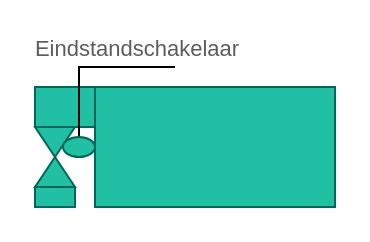
Yamairo/Mechatronica-2024 keeps this draw.io diagram as Project AGV/Faalmechanisme Bovenkant.drawio. Above is the earlier version. Source tidied: cells renumbered, new cells numbered last; positions are measured from the earlier drawing's top-left corner, leaving out a move shared by most shapes. Both pictures are drawn from the tidied source at 200%, with x=0, y=0 at pixel (34, 66).
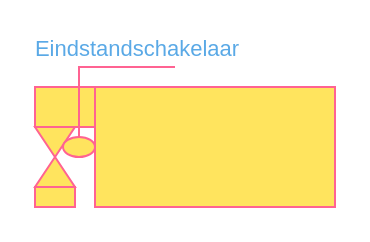
Above is the later version.

What changed in the source:
```diff
@@
 <mxGraphModel>
   <root>
     <mxCell id="0" />
     <mxCell id="1" parent="0" />
-    <mxCell id="2" style="rounded=0;whiteSpace=wrap;html=1;labelBackgroundColor=none;fillColor=#21C0A5;strokeColor=#006658;fontColor=#5C5C5C;" parent="1" vertex="1">
+    <mxCell id="2" style="rounded=0;whiteSpace=wrap;html=1;labelBackgroundColor=none;fillColor=#FFE45E;strokeColor=#FF6392;fontColor=#5AA9E6;" parent="1" vertex="1">
       <mxGeometry x="30" y="10" width="120" height="60" as="geometry" />
     </mxCell>
-    <mxCell id="3" style="rounded=0;whiteSpace=wrap;html=1;strokeColor=#006658;fontColor=#5C5C5C;fillColor=#21C0A5;" parent="1" vertex="1">
+    <mxCell id="3" style="rounded=0;whiteSpace=wrap;html=1;strokeColor=#FF6392;fontColor=#5AA9E6;fillColor=#FFE45E;labelBackgroundColor=none;" parent="1" vertex="1">
       <mxGeometry y="10" width="30" height="20" as="geometry" />
     </mxCell>
-    <mxCell id="4" style="shape=collate;whiteSpace=wrap;html=1;strokeColor=#006658;fontColor=#5C5C5C;fillColor=#21C0A5;" parent="1" vertex="1">
+    <mxCell id="4" style="shape=collate;whiteSpace=wrap;html=1;strokeColor=#FF6392;fontColor=#5AA9E6;fillColor=#FFE45E;labelBackgroundColor=none;" parent="1" vertex="1">
       <mxGeometry y="30" width="20" height="30" as="geometry" />
     </mxCell>
-    <mxCell id="5" style="verticalLabelPosition=bottom;verticalAlign=top;html=1;shape=mxgraph.basic.rect;fillColor2=none;strokeWidth=1;size=5;indent=5;strokeColor=#006658;fontColor=#5C5C5C;fillColor=#21C0A5;" parent="1" vertex="1">
+    <mxCell id="5" style="verticalLabelPosition=bottom;verticalAlign=top;html=1;shape=mxgraph.basic.rect;fillColor2=none;strokeWidth=1;size=5;indent=5;strokeColor=#FF6392;fontColor=#5AA9E6;fillColor=#FFE45E;labelBackgroundColor=none;" parent="1" vertex="1">
       <mxGeometry y="60" width="20" height="10" as="geometry" />
     </mxCell>
-    <mxCell id="6" style="edgeStyle=orthogonalEdgeStyle;rounded=0;jettySize=auto;html=1;strokeColor=#000000;fontColor=#5C5C5C;fillColor=#21C0A5;endArrow=none;startFill=0;" parent="1" edge="1" source="8">
+    <mxCell id="6" style="edgeStyle=orthogonalEdgeStyle;rounded=0;jettySize=auto;html=1;strokeColor=#FF6392;fontColor=default;fillColor=#FFE45E;endArrow=none;startFill=0;labelBackgroundColor=none;" parent="1" edge="1" source="8">
       <mxGeometry relative="1" as="geometry">
         <mxPoint x="70" as="targetPoint" />
         <Array as="points">
           <mxPoint x="22" />
           <mxPoint x="60" />
         </Array>
       </mxGeometry>
     </mxCell>
-    <mxCell id="7" value="Eindstandschakelaar" style="edgeLabel;html=1;align=center;verticalAlign=middle;strokeColor=#006658;fontColor=#5C5C5C;fillColor=#21C0A5;" parent="6" vertex="1">
+    <mxCell id="7" value="Eindstandschakelaar" style="edgeLabel;html=1;align=center;verticalAlign=middle;strokeColor=#FF6392;fontColor=#5AA9E6;fillColor=#FFE45E;labelBackgroundColor=none;" parent="6" vertex="1">
       <mxGeometry x="0.53" y="-2" relative="1" as="geometry">
         <mxPoint y="-12" as="offset" />
       </mxGeometry>
     </mxCell>
-    <mxCell id="8" style="verticalLabelPosition=bottom;verticalAlign=top;html=1;shape=mxgraph.basic.donut;dx=5;strokeColor=#006658;fontColor=#5C5C5C;fillColor=#21C0A5;" parent="1" vertex="1">
+    <mxCell id="8" style="verticalLabelPosition=bottom;verticalAlign=top;html=1;shape=mxgraph.basic.donut;dx=5;strokeColor=#FF6392;fontColor=#5AA9E6;fillColor=#FFE45E;labelBackgroundColor=none;" parent="1" vertex="1">
       <mxGeometry x="14" y="35" width="16" height="10" as="geometry" />
     </mxCell>
   </root>
 </mxGraphModel>
```
